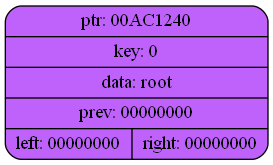
Before: dump/dump4.png, a diagram exported from Graphviz (coffee8cat/akinator). Its source is kept beside it as dump/dump4.dot. Its diagram source:
```dot
digraph
{
    rankdir=TP

        node00AC1240[shape=record,style="rounded,filled",fillcolor="#BF62FC",label="{ ptr: 00AC1240 | key: 0 | data: root| prev: 00000000| { left: 00000000 | right: 00000000 }}"];
}
```
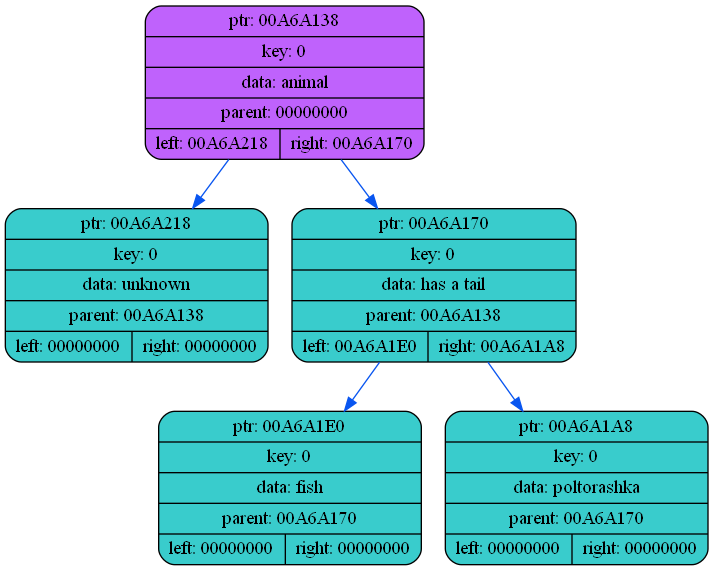
The same file after the commit.

Change to the diagram source:
```diff
@@ -2,5 +2,13 @@
 {
     rankdir=TP
 
-        node00AC1240[shape=record,style="rounded,filled",fillcolor="#BF62FC",label="{ ptr: 00AC1240 | key: 0 | data: root| prev: 00000000| { left: 00000000 | right: 00000000 }}"];
+        node00A6A138[shape=record,style="rounded,filled",fillcolor="#BF62FC",label="{ ptr: 00A6A138 | key: 0 | data: animal| parent: 00000000| { left: 00A6A218 | right: 00A6A170 }}"];
+    node00A6A138 -> node00A6A218[color="#0855F0"]
+    node00A6A218[shape=record,style="rounded,filled",fillcolor="#39CCCC",label="{ ptr: 00A6A218 | key: 0 | data: unknown| parent: 00A6A138 | { left: 00000000 | right: 00000000 }}"];
+    node00A6A138 -> node00A6A170[color="#0855F0"]
+    node00A6A170[shape=record,style="rounded,filled",fillcolor="#39CCCC",label="{ ptr: 00A6A170 | key: 0 | data: has a tail| parent: 00A6A138 | { left: 00A6A1E0 | right: 00A6A1A8 }}"];
+    node00A6A170 -> node00A6A1E0[color="#0855F0"]
+    node00A6A1E0[shape=record,style="rounded,filled",fillcolor="#39CCCC",label="{ ptr: 00A6A1E0 | key: 0 | data: fish| parent: 00A6A170 | { left: 00000000 | right: 00000000 }}"];
+    node00A6A170 -> node00A6A1A8[color="#0855F0"]
+    node00A6A1A8[shape=record,style="rounded,filled",fillcolor="#39CCCC",label="{ ptr: 00A6A1A8 | key: 0 | data: poltorashka| parent: 00A6A170 | { left: 00000000 | right: 00000000 }}"];
 }
```
